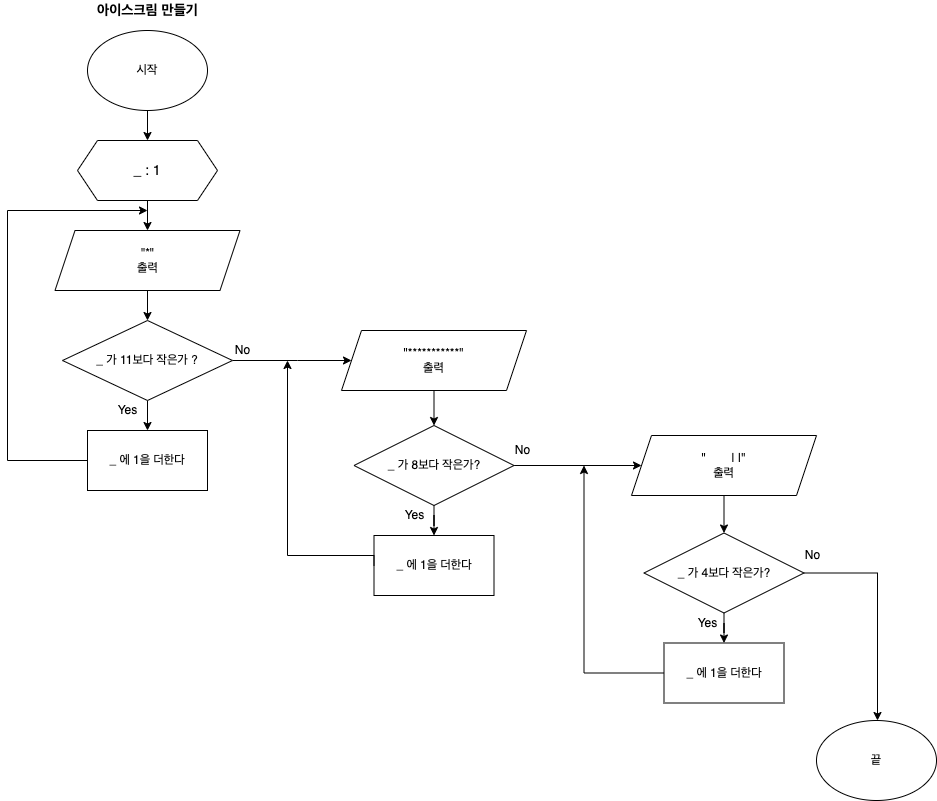
yagom-academy/swift-starter-camp-4th keeps this draw.io diagram as CodeStarterCamp_Week1/flowChart.drawIceCream.png. Above is the earlier version. Source tidied: cells renumbered, new cells last; positions are measured from the earlier drawing's top-left corner, leaving out a move shared by most shapes.
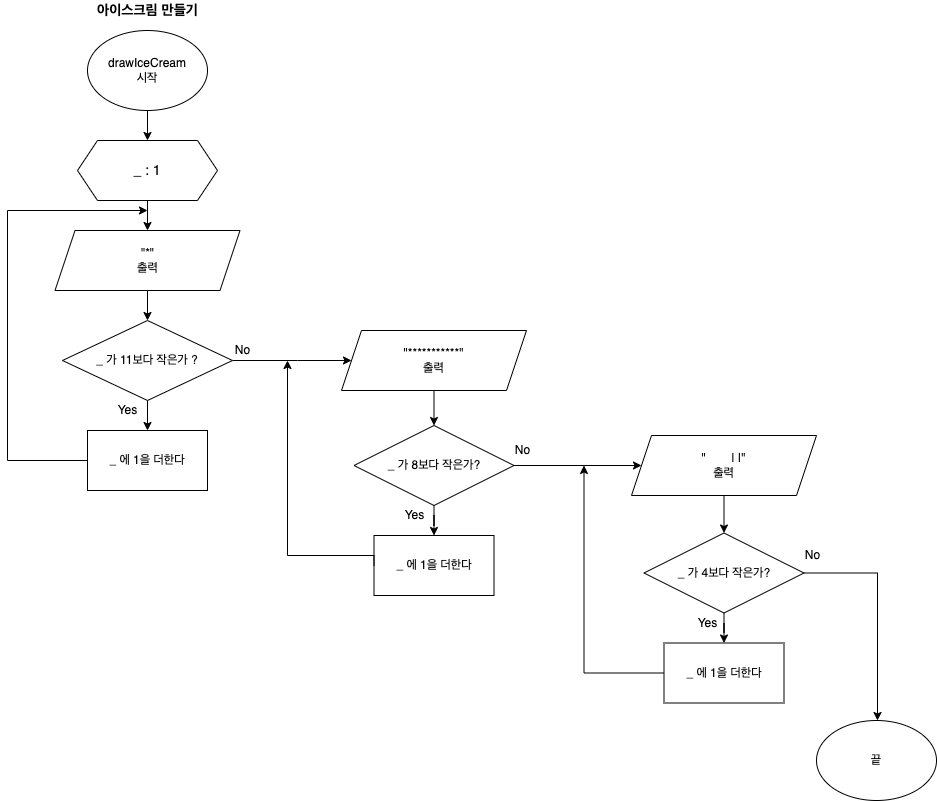
After the change.

Diff of the diagram source:
```diff
@@ -8,7 +8,7 @@
         <mxPoint x="140" y="140" as="targetPoint" />
       </mxGeometry>
     </mxCell>
-    <mxCell id="3" value="시작" style="ellipse;whiteSpace=wrap;html=1;" parent="1" vertex="1">
+    <mxCell id="3" value="drawIceCream&lt;br&gt;시작" style="ellipse;whiteSpace=wrap;html=1;" parent="1" vertex="1">
       <mxGeometry x="80" y="30" width="120" height="80" as="geometry" />
     </mxCell>
     <mxCell id="4" style="edgeStyle=orthogonalEdgeStyle;rounded=0;orthogonalLoop=1;jettySize=auto;html=1;" parent="1" edge="1">
```
